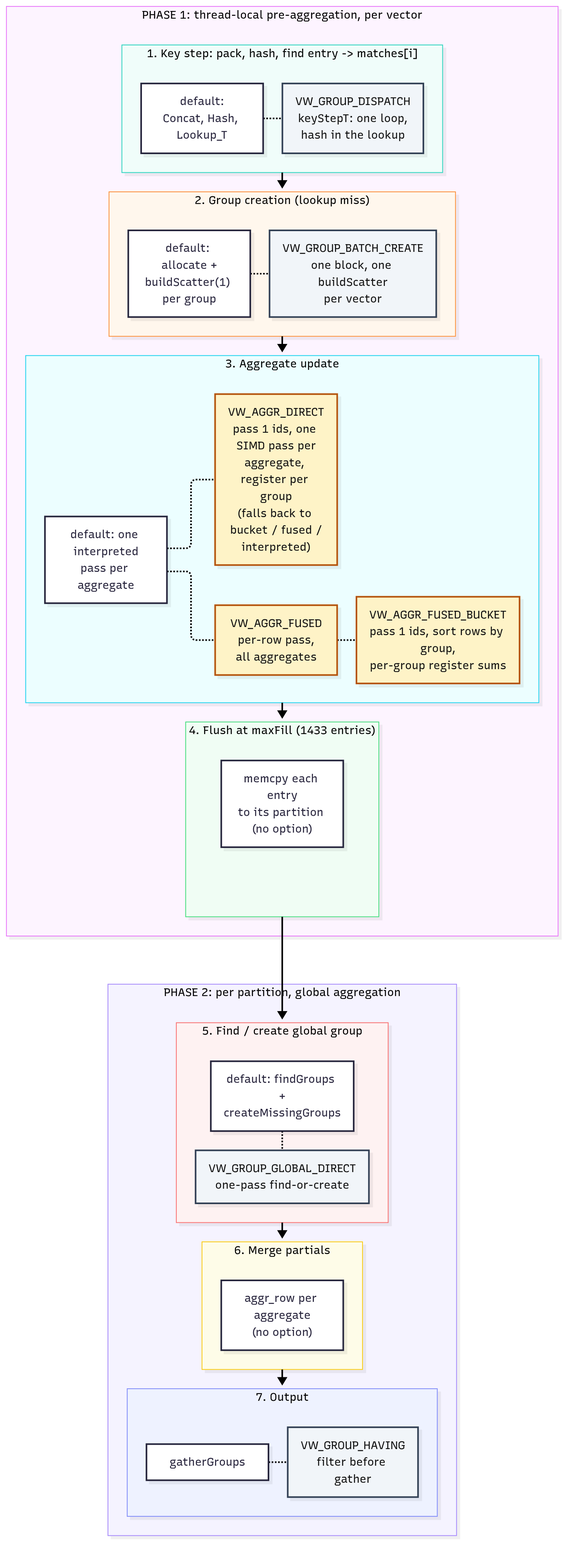
Above: aggregation_options/code_map.png in lxbtlr/db-engine-paradigms (Mermaid), before the change. Its source is kept beside it as aggregation_options/code_map.mmd. Source of this version:
```mermaid
flowchart TB
    subgraph P1["PHASE 1: thread-local pre-aggregation, per vector"]
        direction TB
        subgraph S1["1. Key step: pack, hash, find entry -> matches[i]"]
            direction LR
            K0["default:<br/>Concat, Hash, Lookup_T"] -.- DI["VW_GROUP_DISPATCH<br/>keyStepT: one loop,<br/>hash in the lookup"]:::free
        end
        subgraph S2["2. Group creation (lookup miss)"]
            direction LR
            C0["default: allocate +<br/>buildScatter(1) per group"] -.- BC["VW_GROUP_BATCH_CREATE<br/>one block, one buildScatter<br/>per vector"]:::free
        end
        subgraph S3["3. Aggregate update"]
            direction LR
            U0["default: one interpreted<br/>pass per aggregate"] -.- AF["VW_AGGR_FUSED<br/>per-row pass,<br/>all aggregates"]:::upd
            AF -.- AB["VW_AGGR_FUSED_BUCKET<br/>pass 1 ids, sort rows by group,<br/>per-group register sums"]:::upd
            U0 -.- AD["VW_AGGR_DIRECT<br/>pass 1 ids, one SIMD pass per<br/>aggregate, register per group<br/>(falls back to bucket / fused /<br/>interpreted)"]:::upd
        end
        subgraph S4["4. Flush at maxFill (1433 entries)"]
            F0["memcpy each entry<br/>to its partition (no option)"]
        end
        S1 --> S2 --> S3 --> S4
    end
    subgraph P2["PHASE 2: per partition, global aggregation"]
        direction TB
        subgraph S5["5. Find / create global group"]
            direction LR
            G0["default: findGroups +<br/>createMissingGroups"] -.- GD["VW_GROUP_GLOBAL_DIRECT<br/>one-pass find-or-create"]:::free
        end
        subgraph S6["6. Merge partials"]
            M0["aggr_row per aggregate<br/>(no option)"]
        end
        subgraph S7["7. Output"]
            direction LR
            O0["gatherGroups"] -.- HV["VW_GROUP_HAVING<br/>filter before gather"]:::free
        end
        S5 --> S6 --> S7
    end
    S4 --> S5

    classDef free fill:#f1f5f9,stroke:#334155,color:#111
    classDef upd fill:#fef3c7,stroke:#b45309,color:#111
```
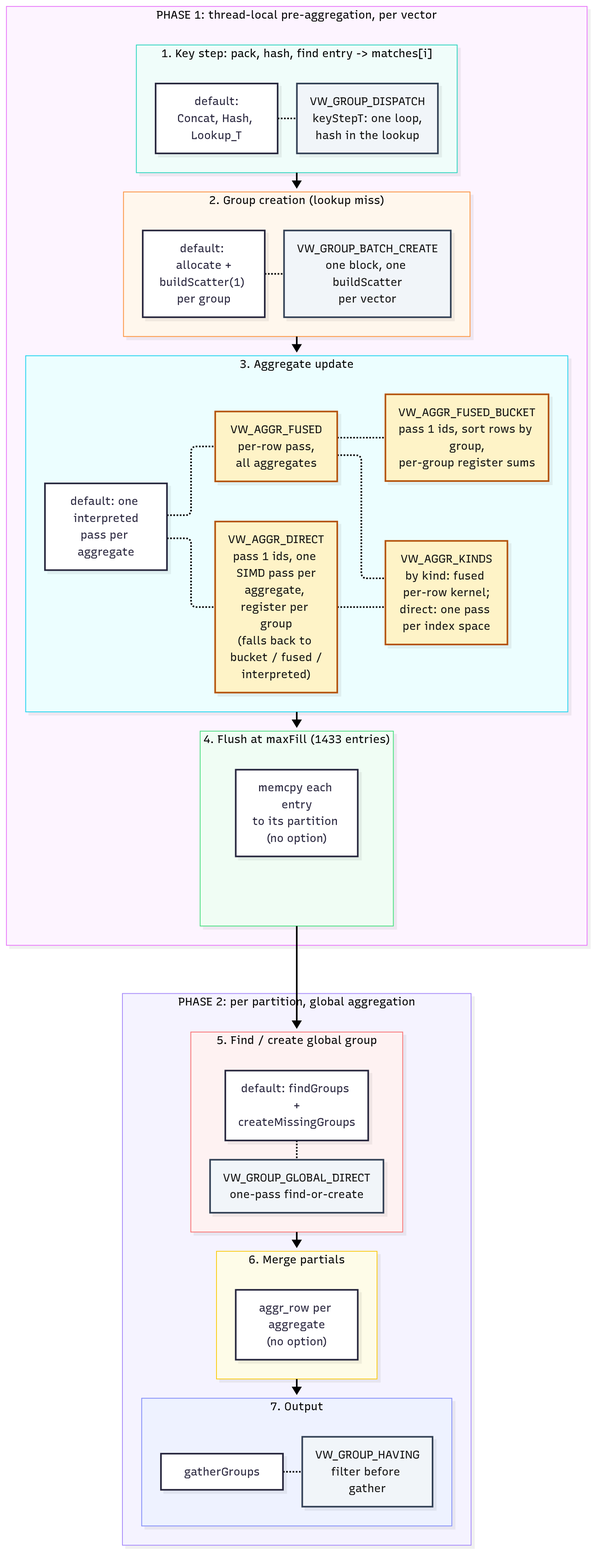
Later version of the same file.

The edit, as a diff of the source:
```diff
@@ -14,6 +14,8 @@
             U0["default: one interpreted<br/>pass per aggregate"] -.- AF["VW_AGGR_FUSED<br/>per-row pass,<br/>all aggregates"]:::upd
             AF -.- AB["VW_AGGR_FUSED_BUCKET<br/>pass 1 ids, sort rows by group,<br/>per-group register sums"]:::upd
             U0 -.- AD["VW_AGGR_DIRECT<br/>pass 1 ids, one SIMD pass per<br/>aggregate, register per group<br/>(falls back to bucket / fused /<br/>interpreted)"]:::upd
+            AF -.- AK["VW_AGGR_KINDS<br/>by kind: fused per-row kernel;<br/>direct: one pass per index space"]:::upd
+            AD -.- AK
         end
         subgraph S4["4. Flush at maxFill (1433 entries)"]
             F0["memcpy each entry<br/>to its partition (no option)"]
```
